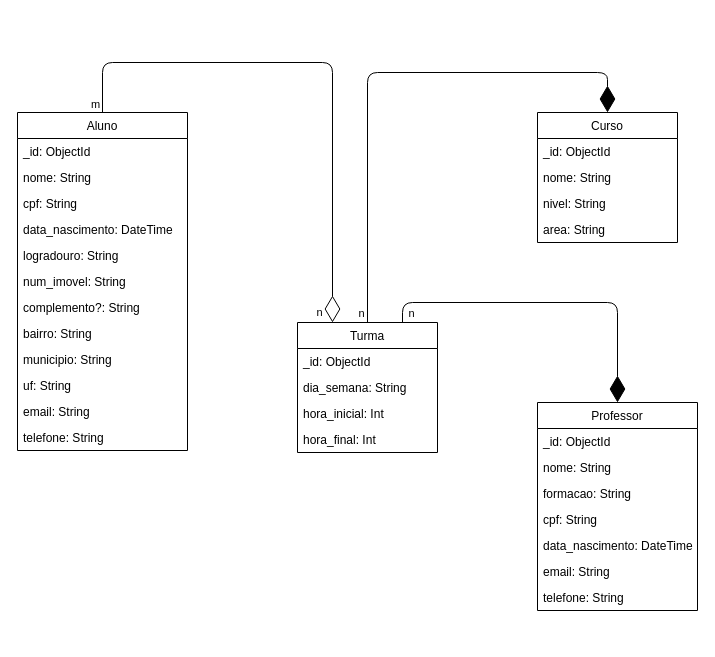
Above: 3_Semestre/Banco de Dados Não Relacional - Fausto/Material/bn-not-2023-2 - Copia/docs/modelagem-bd.drawio in joaop06/DSM (draw.io), before the change. Source tidied: cells renumbered, new cells numbered last; positions are measured from the earlier drawing's top-left corner, leaving out a move shared by most shapes. Both pictures are drawn from the tidied source at 100%, with x=0, y=0 at pixel (17, 62).
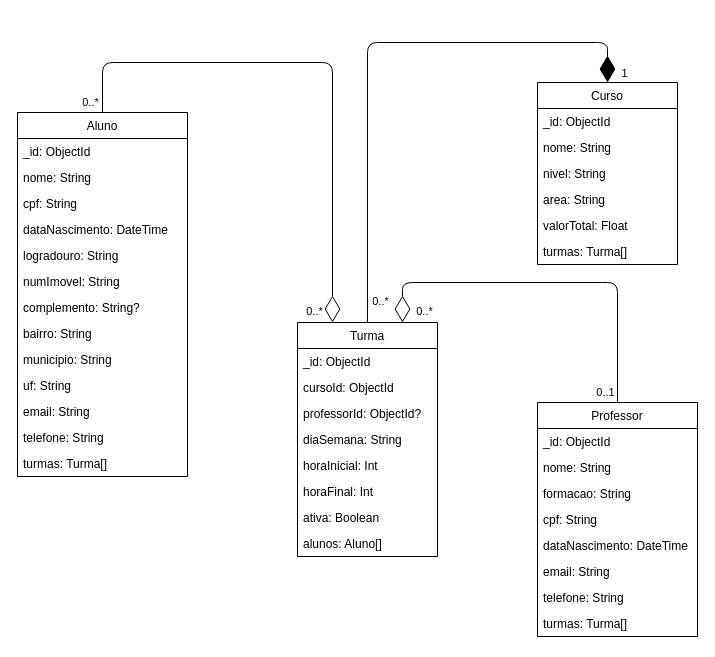
After the change.

Unchanged cells that the change refers to:
```xml
<mxCell id="37" style="endArrow=diamondThin;endFill=0;endSize=24;html=1;entryX=0.25;entryY=0;entryDx=0;entryDy=0;edgeStyle=orthogonalEdgeStyle;exitX=0.5;exitY=0;exitDx=0;exitDy=0;" parent="1" edge="1" source="2" target="20">
  <mxGeometry relative="1" as="geometry">
    <Array as="points">
      <mxPoint x="85" />
      <mxPoint x="315" />
    </Array>
  </mxGeometry>
</mxCell>
```

What changed in the source:
```diff
@@
     <mxCell id="2" value="Aluno" style="swimlane;fontStyle=0;horizontal=1;startSize=26;fillColor=none;" parent="1" vertex="1">
-      <mxGeometry y="50" width="170" height="338" as="geometry" />
+      <mxGeometry y="50" width="170" height="364" as="geometry" />
     </mxCell>
@@
-    <mxCell id="6" value="data_nascimento: DateTime" style="text;strokeColor=none;fillColor=none;align=left;verticalAlign=top;spacingLeft=4;spacingRight=4;overflow=hidden;" parent="2" vertex="1">
+    <mxCell id="6" value="dataNascimento: DateTime" style="text;strokeColor=none;fillColor=none;align=left;verticalAlign=top;spacingLeft=4;spacingRight=4;overflow=hidden;" parent="2" vertex="1">
       <mxGeometry y="104" width="170" height="26" as="geometry" />
     </mxCell>
@@
-    <mxCell id="8" value="num_imovel: String" style="text;strokeColor=none;fillColor=none;align=left;verticalAlign=top;spacingLeft=4;spacingRight=4;overflow=hidden;" parent="2" vertex="1">
+    <mxCell id="8" value="numImovel: String" style="text;strokeColor=none;fillColor=none;align=left;verticalAlign=top;spacingLeft=4;spacingRight=4;overflow=hidden;" parent="2" vertex="1">
       <mxGeometry y="156" width="170" height="26" as="geometry" />
     </mxCell>
-    <mxCell id="9" value="complemento?: String" style="text;strokeColor=none;fillColor=none;align=left;verticalAlign=top;spacingLeft=4;spacingRight=4;overflow=hidden;" parent="2" vertex="1">
+    <mxCell id="9" value="complemento: String?&#10;" style="text;strokeColor=none;fillColor=none;align=left;verticalAlign=top;spacingLeft=4;spacingRight=4;overflow=hidden;" parent="2" vertex="1">
       <mxGeometry y="182" width="170" height="26" as="geometry" />
     </mxCell>
@@
+    <mxCell id="40" value="telefone: String" style="text;strokeColor=none;fillColor=none;align=left;verticalAlign=top;spacingLeft=4;spacingRight=4;overflow=hidden;" parent="2" vertex="1">
+      <mxGeometry y="312" width="170" height="26" as="geometry" />
+    </mxCell>
-    <mxCell id="14" value="telefone: String" style="text;strokeColor=none;fillColor=none;align=left;verticalAlign=top;spacingLeft=4;spacingRight=4;overflow=hidden;" parent="2" vertex="1">
-      <mxGeometry y="312" width="170" height="26" as="geometry" />
+    <mxCell id="14" value="turmas: Turma[]" style="text;strokeColor=none;fillColor=none;align=left;verticalAlign=top;spacingLeft=4;spacingRight=4;overflow=hidden;" parent="2" vertex="1">
+      <mxGeometry y="338" width="170" height="26" as="geometry" />
     </mxCell>
     <mxCell id="15" value="Curso" style="swimlane;fontStyle=0;horizontal=1;startSize=26;fillColor=none;" parent="1" vertex="1">
-      <mxGeometry x="520" y="50" width="140" height="130" as="geometry" />
+      <mxGeometry x="520" y="20" width="140" height="182" as="geometry" />
     </mxCell>
@@
+    <mxCell id="41" value="valorTotal: Float" style="text;strokeColor=none;fillColor=none;align=left;verticalAlign=top;spacingLeft=4;spacingRight=4;overflow=hidden;" parent="15" vertex="1">
+      <mxGeometry y="130" width="140" height="26" as="geometry" />
+    </mxCell>
+    <mxCell id="42" value="turmas: Turma[]" style="text;strokeColor=none;fillColor=none;align=left;verticalAlign=top;spacingLeft=4;spacingRight=4;overflow=hidden;" parent="15" vertex="1">
+      <mxGeometry y="156" width="140" height="26" as="geometry" />
+    </mxCell>
     <mxCell id="20" value="Turma" style="swimlane;fontStyle=0;horizontal=1;startSize=26;fillColor=none;" parent="1" vertex="1">
-      <mxGeometry x="280" y="260" width="140" height="130" as="geometry" />
+      <mxGeometry x="280" y="260" width="140" height="234" as="geometry" />
     </mxCell>
@@
+    <mxCell id="43" value="cursoId: ObjectId" style="text;strokeColor=none;fillColor=none;align=left;verticalAlign=top;spacingLeft=4;spacingRight=4;overflow=hidden;" parent="20" vertex="1">
+      <mxGeometry y="52" width="140" height="26" as="geometry" />
+    </mxCell>
+    <mxCell id="44" value="professorId: ObjectId?" style="text;strokeColor=none;fillColor=none;align=left;verticalAlign=top;spacingLeft=4;spacingRight=4;overflow=hidden;" parent="20" vertex="1">
+      <mxGeometry y="78" width="140" height="26" as="geometry" />
+    </mxCell>
-    <mxCell id="22" value="dia_semana: String" style="text;strokeColor=none;fillColor=none;align=left;verticalAlign=top;spacingLeft=4;spacingRight=4;overflow=hidden;" parent="20" vertex="1">
-      <mxGeometry y="52" width="140" height="26" as="geometry" />
+    <mxCell id="22" value="diaSemana: String" style="text;strokeColor=none;fillColor=none;align=left;verticalAlign=top;spacingLeft=4;spacingRight=4;overflow=hidden;" parent="20" vertex="1">
+      <mxGeometry y="104" width="140" height="26" as="geometry" />
     </mxCell>
-    <mxCell id="23" value="hora_inicial: Int" style="text;strokeColor=none;fillColor=none;align=left;verticalAlign=top;spacingLeft=4;spacingRight=4;overflow=hidden;" parent="20" vertex="1">
-      <mxGeometry y="78" width="140" height="26" as="geometry" />
+    <mxCell id="23" value="horaInicial: Int" style="text;strokeColor=none;fillColor=none;align=left;verticalAlign=top;spacingLeft=4;spacingRight=4;overflow=hidden;" parent="20" vertex="1">
+      <mxGeometry y="130" width="140" height="26" as="geometry" />
     </mxCell>
-    <mxCell id="24" value="hora_final: Int" style="text;strokeColor=none;fillColor=none;align=left;verticalAlign=top;spacingLeft=4;spacingRight=4;overflow=hidden;" parent="20" vertex="1">
-      <mxGeometry y="104" width="140" height="26" as="geometry" />
+    <mxCell id="24" value="horaFinal: Int" style="text;strokeColor=none;fillColor=none;align=left;verticalAlign=top;spacingLeft=4;spacingRight=4;overflow=hidden;" parent="20" vertex="1">
+      <mxGeometry y="156" width="140" height="26" as="geometry" />
     </mxCell>
+    <mxCell id="45" value="ativa: Boolean" style="text;strokeColor=none;fillColor=none;align=left;verticalAlign=top;spacingLeft=4;spacingRight=4;overflow=hidden;" parent="20" vertex="1">
+      <mxGeometry y="182" width="140" height="26" as="geometry" />
+    </mxCell>
+    <mxCell id="46" value="alunos: Aluno[]" style="text;strokeColor=none;fillColor=none;align=left;verticalAlign=top;spacingLeft=4;spacingRight=4;overflow=hidden;" parent="20" vertex="1">
+      <mxGeometry y="208" width="140" height="26" as="geometry" />
+    </mxCell>
     <mxCell id="25" value="Professor" style="swimlane;fontStyle=0;horizontal=1;startSize=26;fillColor=none;" parent="1" vertex="1">
-      <mxGeometry x="520" y="340" width="160" height="208" as="geometry" />
+      <mxGeometry x="520" y="340" width="160" height="234" as="geometry" />
     </mxCell>
@@
-    <mxCell id="30" value="data_nascimento: DateTime" style="text;strokeColor=none;fillColor=none;align=left;verticalAlign=top;spacingLeft=4;spacingRight=4;overflow=hidden;" parent="25" vertex="1">
+    <mxCell id="30" value="dataNascimento: DateTime" style="text;strokeColor=none;fillColor=none;align=left;verticalAlign=top;spacingLeft=4;spacingRight=4;overflow=hidden;" parent="25" vertex="1">
       <mxGeometry y="130" width="160" height="26" as="geometry" />
     </mxCell>
@@
-    <mxCell id="33" style="endArrow=diamondThin;endFill=1;endSize=24;html=1;entryX=0.5;entryY=0;entryDx=0;entryDy=0;edgeStyle=orthogonalEdgeStyle;exitX=0.75;exitY=0;exitDx=0;exitDy=0;" parent="1" edge="1" source="20" target="25">
-      <mxGeometry relative="1" as="geometry">
-        <Array as="points">
-          <mxPoint x="385" y="240" />
-          <mxPoint x="600" y="240" />
-        </Array>
-      </mxGeometry>
-    </mxCell>
-    <mxCell id="34" value="n" style="edgeLabel;html=1;align=center;verticalAlign=middle;" parent="33" vertex="1">
-      <mxGeometry x="-0.34" y="-2" relative="1" as="geometry">
-        <mxPoint x="-83" y="8" as="offset" />
-      </mxGeometry>
-    </mxCell>
+    <mxCell id="47" value="turmas: Turma[]" style="text;strokeColor=none;fillColor=none;align=left;verticalAlign=top;spacingLeft=4;spacingRight=4;overflow=hidden;" parent="25" vertex="1">
+      <mxGeometry y="208" width="160" height="26" as="geometry" />
+    </mxCell>
     <mxCell id="35" style="endArrow=diamondThin;endFill=1;endSize=24;html=1;entryX=0.5;entryY=0;entryDx=0;entryDy=0;edgeStyle=orthogonalEdgeStyle;exitX=0.5;exitY=0;exitDx=0;exitDy=0;" parent="1" edge="1" source="20" target="15">
       <mxGeometry relative="1" as="geometry">
         <Array as="points">
-          <mxPoint x="350" y="10" />
-          <mxPoint x="590" y="10" />
+          <mxPoint x="350" y="-20" />
+          <mxPoint x="590" y="-20" />
         </Array>
       </mxGeometry>
     </mxCell>
-    <mxCell id="36" value="n" style="edgeLabel;html=1;align=center;verticalAlign=middle;" parent="35" vertex="1">
+    <mxCell id="36" value="0..*" style="edgeLabel;html=1;align=center;verticalAlign=middle;" parent="35" vertex="1">
       <mxGeometry x="-0.34" y="-2" relative="1" as="geometry">
-        <mxPoint x="-9" y="165" as="offset" />
+        <mxPoint x="10" y="163" as="offset" />
       </mxGeometry>
     </mxCell>
+    <mxCell id="48" value="1" style="edgeLabel;html=1;align=center;verticalAlign=middle;" parent="35" vertex="1">
+      <mxGeometry x="0.45" relative="1" as="geometry">
+        <mxPoint x="130" y="30" as="offset" />
+      </mxGeometry>
+    </mxCell>
@@
-    <mxCell id="38" value="m" style="edgeLabel;html=1;align=center;verticalAlign=middle;" parent="37" vertex="1">
+    <mxCell id="38" value="0..*" style="edgeLabel;html=1;align=center;verticalAlign=middle;" parent="37" vertex="1">
       <mxGeometry x="-0.29" y="1" relative="1" as="geometry">
-        <mxPoint x="-150" y="42" as="offset" />
+        <mxPoint x="-155" y="40" as="offset" />
       </mxGeometry>
     </mxCell>
-    <mxCell id="39" value="n" style="edgeLabel;html=1;align=center;verticalAlign=middle;" parent="37" vertex="1">
+    <mxCell id="39" value="0..*" style="edgeLabel;html=1;align=center;verticalAlign=middle;" parent="37" vertex="1">
       <mxGeometry x="-0.47" relative="1" as="geometry">
-        <mxPoint x="123" y="249" as="offset" />
+        <mxPoint x="118" y="248" as="offset" />
       </mxGeometry>
     </mxCell>
+    <mxCell id="49" style="endArrow=diamondThin;endFill=0;endSize=24;html=1;exitX=0.5;exitY=0;exitDx=0;exitDy=0;edgeStyle=orthogonalEdgeStyle;entryX=0.75;entryY=0;entryDx=0;entryDy=0;" parent="1" edge="1" source="25" target="20">
+      <mxGeometry relative="1" as="geometry">
+        <Array as="points">
+          <mxPoint x="600" y="220" />
+          <mxPoint x="385" y="220" />
+        </Array>
+      </mxGeometry>
+    </mxCell>
+    <mxCell id="50" value="0..1" style="edgeLabel;html=1;align=center;verticalAlign=middle;" parent="49" vertex="1">
+      <mxGeometry x="0.11" y="3" relative="1" as="geometry">
+        <mxPoint x="75" y="106" as="offset" />
+      </mxGeometry>
+    </mxCell>
+    <mxCell id="51" value="0..*" style="edgeLabel;html=1;align=center;verticalAlign=middle;" parent="49" vertex="1">
+      <mxGeometry x="0.1" relative="1" as="geometry">
+        <mxPoint x="-108" y="28" as="offset" />
+      </mxGeometry>
+    </mxCell>
```
